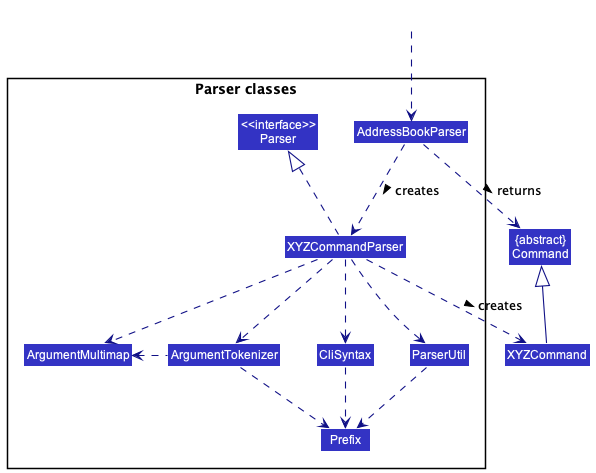
Before: docs/images/ParserClasses.png, a diagram exported from PlantUML (nus-cs2103-AY2223S1/tp).
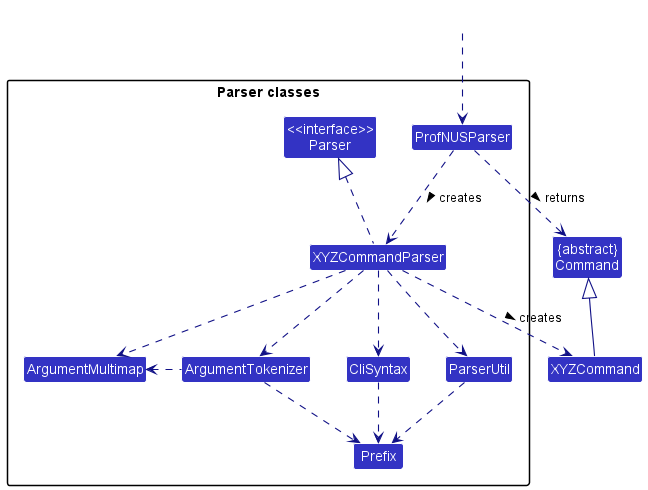
The same diagram one commit later.

Commit message:
Update Parser class diagram

What changed in the source:
```diff
@@ -9,7 +9,7 @@
 
 package "Parser classes"{
 Class "<<interface>>\nParser" as Parser
-Class AddressBookParser
+Class ProfNUSParser
 Class XYZCommandParser
 Class CliSyntax
 Class ParserUtil
@@ -19,12 +19,12 @@
 }
 
 Class HiddenOutside #FFFFFF
-HiddenOutside ..> AddressBookParser
+HiddenOutside ..> ProfNUSParser
 
-AddressBookParser .down.> XYZCommandParser: creates >
+ProfNUSParser .down.> XYZCommandParser: creates >
 
 XYZCommandParser ..> XYZCommand : creates >
-AddressBookParser ..> Command : returns >
+ProfNUSParser ..> Command : returns >
 XYZCommandParser .up.|> Parser
 XYZCommandParser ..> ArgumentMultimap
 XYZCommandParser ..> ArgumentTokenizer
```
